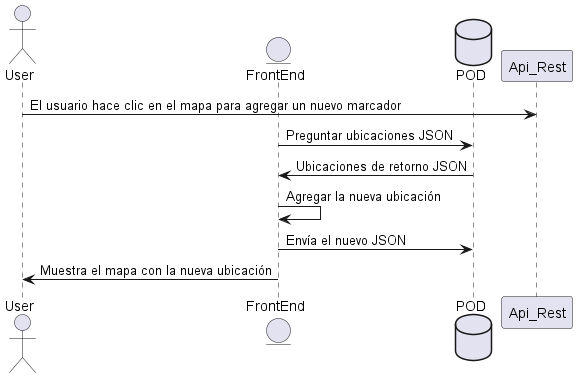
This is images/Sequence diagram - Saving Locations - mobileapp.png from Arquisoft/lomap_es6a, a PlantUML export, as it was before one commit.
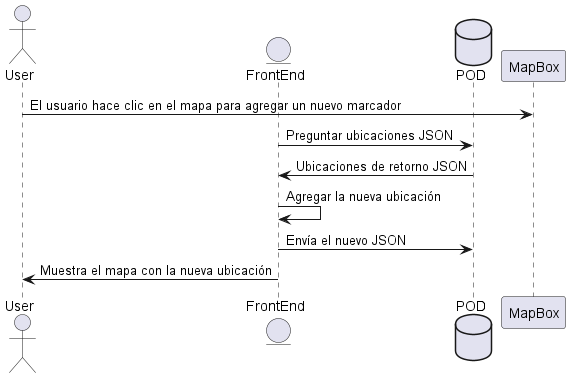
Above is the later version.

What changed in the source:
```diff
@@ -3,7 +3,7 @@
 entity FrontEnd
 database POD
 
-User-> Api_Rest: El usuario hace clic en el mapa para agregar un nuevo marcador
+User-> MapBox: El usuario hace clic en el mapa para agregar un nuevo marcador
 FrontEnd ->POD: Preguntar ubicaciones JSON
 POD-> FrontEnd: Ubicaciones de retorno JSON
 FrontEnd -> FrontEnd: Agregar la nueva ubicación
```
